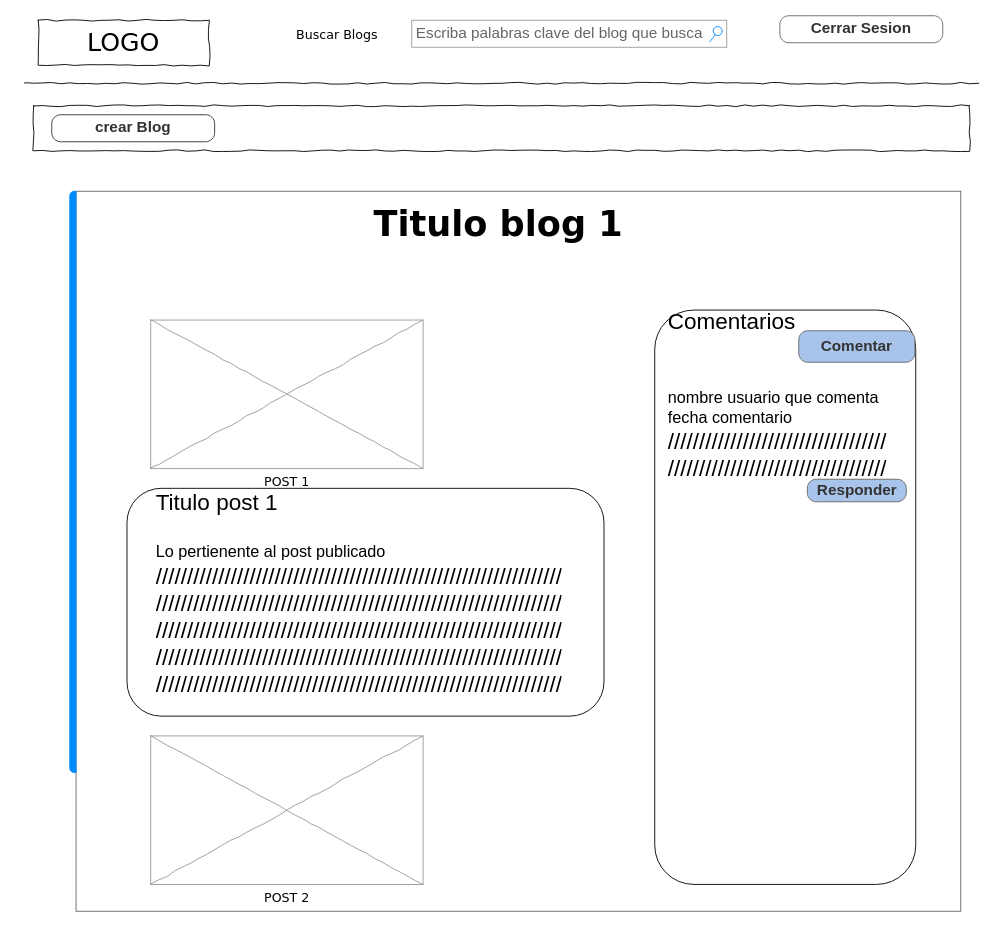
Earlier version of the draw.io diagram Copy of Untitled Diagram.drawio (andresico01/RetoUniNorteCiclo3). Source tidied: cells renumbered, new cells numbered last; positions are measured from the earlier drawing's top-left corner, leaving out a move shared by most shapes. Both pictures are drawn from the tidied source at 90%, with x=0, y=0 at pixel (15, 15).
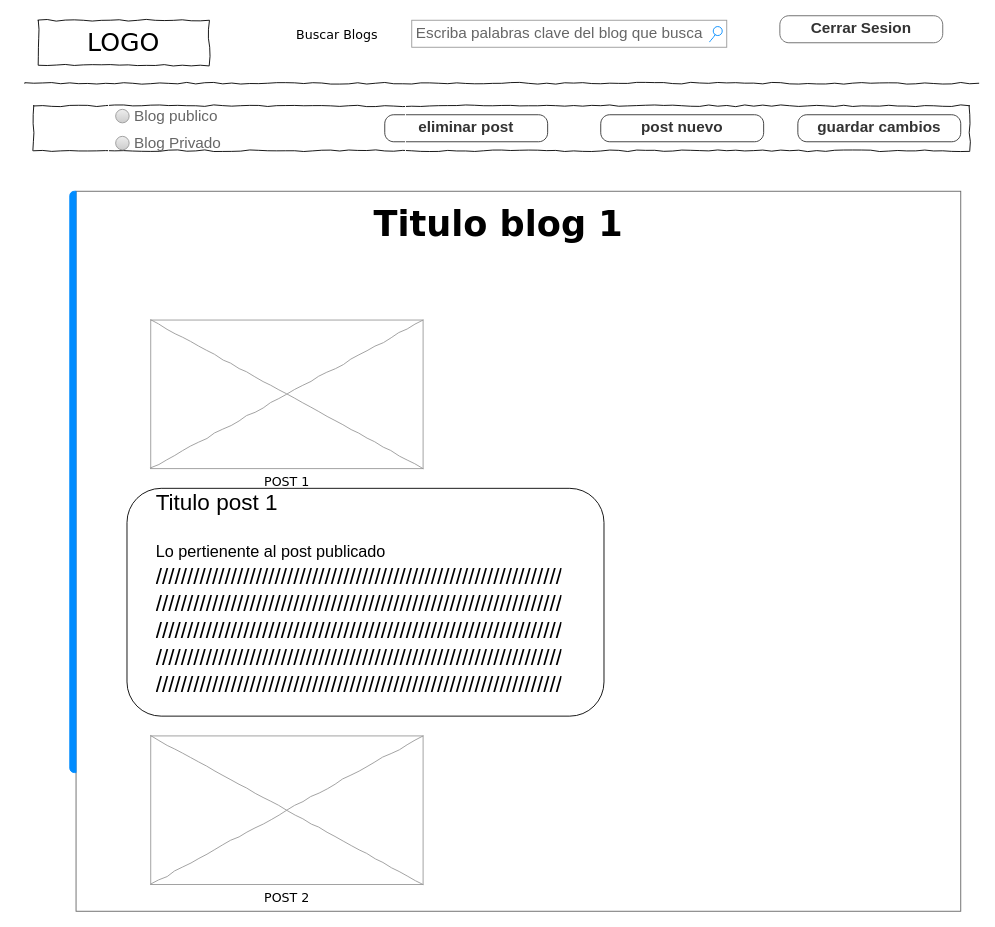
Above is the later version.

The change refers to these unchanged cells:
```xml
<mxCell id="7" style="strokeWidth=1;shadow=0;dashed=0;align=center;html=1;shape=mxgraph.mockup.containers.marginRect2;rectMarginLeft=67;strokeColor=#666666;gradientColor=none;sketch=0;" parent="1" vertex="1">
  <mxGeometry y="195" width="1050" height="800" as="geometry" />
</mxCell>
```

What changed in the source:
```diff
@@
-    <mxCell id="14" style="rounded=1;whiteSpace=wrap;html=1;fillColor=none;fontSize=39;" parent="7" vertex="1">
-      <mxGeometry x="710" y="132" width="290" height="638.2" as="geometry" />
-    </mxCell>
-    <mxCell id="15" value="crear Blog" style="strokeWidth=1;shadow=0;dashed=0;align=center;html=1;shape=mxgraph.mockup.buttons.button;mainText=;buttonStyle=round;fontSize=17;fontStyle=1;whiteSpace=wrap;sketch=0;strokeColor=#333333;fontColor=#333333;fillColor=#FFFFFF;" parent="1" vertex="1">
-      <mxGeometry x="40" y="110" width="181" height="30" as="geometry" />
+    <mxCell id="15" value="guardar cambios" style="strokeWidth=1;shadow=0;dashed=0;align=center;html=1;shape=mxgraph.mockup.buttons.button;mainText=;buttonStyle=round;fontSize=17;fontStyle=1;whiteSpace=wrap;sketch=0;strokeColor=#333333;fontColor=#333333;fillColor=#FFFFFF;" parent="1" vertex="1">
+      <mxGeometry x="869" y="110" width="181" height="30" as="geometry" />
     </mxCell>
@@
-    <mxCell id="17" value="&lt;div&gt;Comentarios&lt;/div&gt;&lt;div&gt;&lt;br&gt;&lt;/div&gt;&lt;div&gt;&lt;br&gt;&lt;/div&gt;&lt;div style=&quot;font-size: 18px&quot;&gt;nombre usuario que comenta&lt;/div&gt;&lt;div style=&quot;font-size: 18px&quot;&gt;fecha comentario&lt;br&gt;&lt;/div&gt;&lt;div&gt;///////////////////////////////////&lt;/div&gt;&lt;div&gt;///////////////////////////////////&lt;br&gt;&lt;br&gt;&lt;/div&gt;" style="text;html=1;strokeColor=none;fillColor=none;spacing=5;spacingTop=-20;whiteSpace=wrap;overflow=hidden;rounded=0;fontSize=25;" parent="1" vertex="1">
-      <mxGeometry x="720" y="335" width="260" height="550" as="geometry" />
-    </mxCell>
-    <mxCell id="18" value="Responder" style="strokeWidth=1;shadow=0;dashed=0;align=center;html=1;shape=mxgraph.mockup.buttons.button;strokeColor=#666666;mainText=;buttonStyle=round;fontSize=17;fontStyle=1;whiteSpace=wrap;fillColor=#A9C4EB;fontColor=#333333;" parent="1" vertex="1">
-      <mxGeometry x="879.5" y="515" width="110" height="25" as="geometry" />
-    </mxCell>
-    <mxCell id="19" value="Comentar" style="strokeWidth=1;shadow=0;dashed=0;align=center;html=1;shape=mxgraph.mockup.buttons.button;strokeColor=#666666;mainText=;buttonStyle=round;fontSize=17;fontStyle=1;whiteSpace=wrap;fillColor=#A9C4EB;fontColor=#333333;" parent="1" vertex="1">
-      <mxGeometry x="870" y="350" width="129" height="35" as="geometry" />
-    </mxCell>
+    <mxCell id="20" value="post nuevo" style="strokeWidth=1;shadow=0;dashed=0;align=center;html=1;shape=mxgraph.mockup.buttons.button;mainText=;buttonStyle=round;fontSize=17;fontStyle=1;whiteSpace=wrap;sketch=0;strokeColor=#333333;fontColor=#333333;fillColor=#FFFFFF;" parent="1" vertex="1">
+      <mxGeometry x="650" y="110" width="181" height="30" as="geometry" />
+    </mxCell>
+    <mxCell id="21" value="eliminar post" style="strokeWidth=1;shadow=0;dashed=0;align=center;html=1;shape=mxgraph.mockup.buttons.button;mainText=;buttonStyle=round;fontSize=17;fontStyle=1;whiteSpace=wrap;sketch=0;strokeColor=#333333;fontColor=#333333;fillColor=#FFFFFF;" parent="1" vertex="1">
+      <mxGeometry x="410" y="110" width="181" height="30" as="geometry" />
+    </mxCell>
+    <mxCell id="22" style="strokeWidth=1;shadow=0;dashed=0;align=center;html=1;shape=mxgraph.mockup.forms.rrect;rSize=0;fontSize=39;fontColor=#333333;fillColor=none;strokeColor=#FFFFFF;" parent="1" vertex="1">
+      <mxGeometry x="103" y="96.5" width="330" height="67" as="geometry" />
+    </mxCell>
+    <mxCell id="23" value="Blog publico" style="shape=ellipse;rSize=0;fillColor=#eeeeee;strokeColor=#999999;gradientColor=#cccccc;html=1;align=left;spacingLeft=4;fontSize=17;fontColor=#666666;labelPosition=right;" parent="22" vertex="1">
+      <mxGeometry x="8" y="7.5" width="15" height="15" as="geometry" />
+    </mxCell>
+    <mxCell id="24" value="Blog Privado" style="shape=ellipse;rSize=0;fillColor=#eeeeee;strokeColor=#999999;gradientColor=#cccccc;html=1;align=left;spacingLeft=4;fontSize=17;fontColor=#666666;labelPosition=right;" parent="22" vertex="1">
+      <mxGeometry x="8" y="37.5" width="15" height="15" as="geometry" />
+    </mxCell>
```
